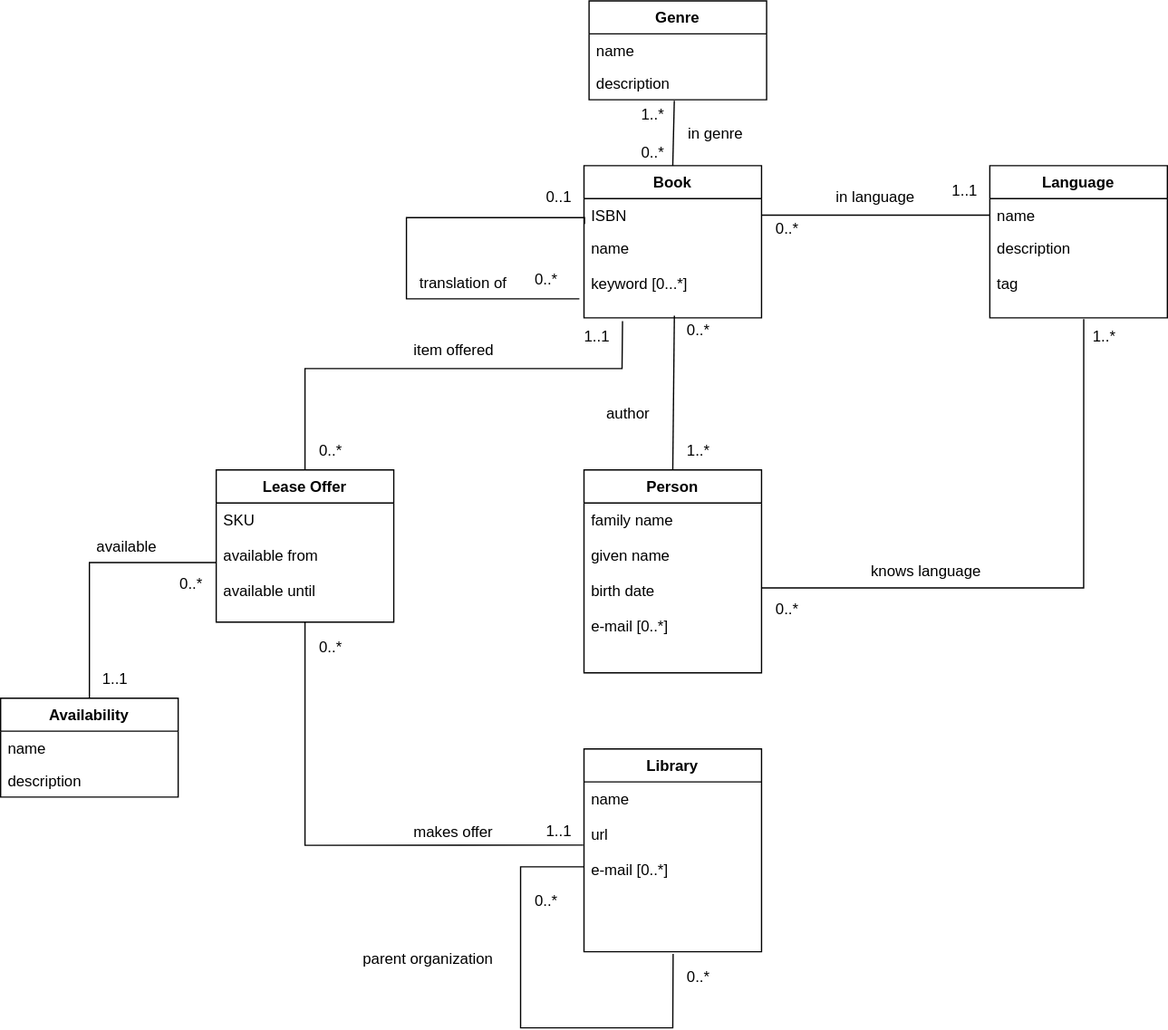
Earlier version of the draw.io export 1/domain.svg (Sykorajakku/NPRG036-T2G4). Source tidied: cells renumbered, new cells last; positions are measured from the earlier drawing's top-left corner, leaving out a move shared by most shapes.
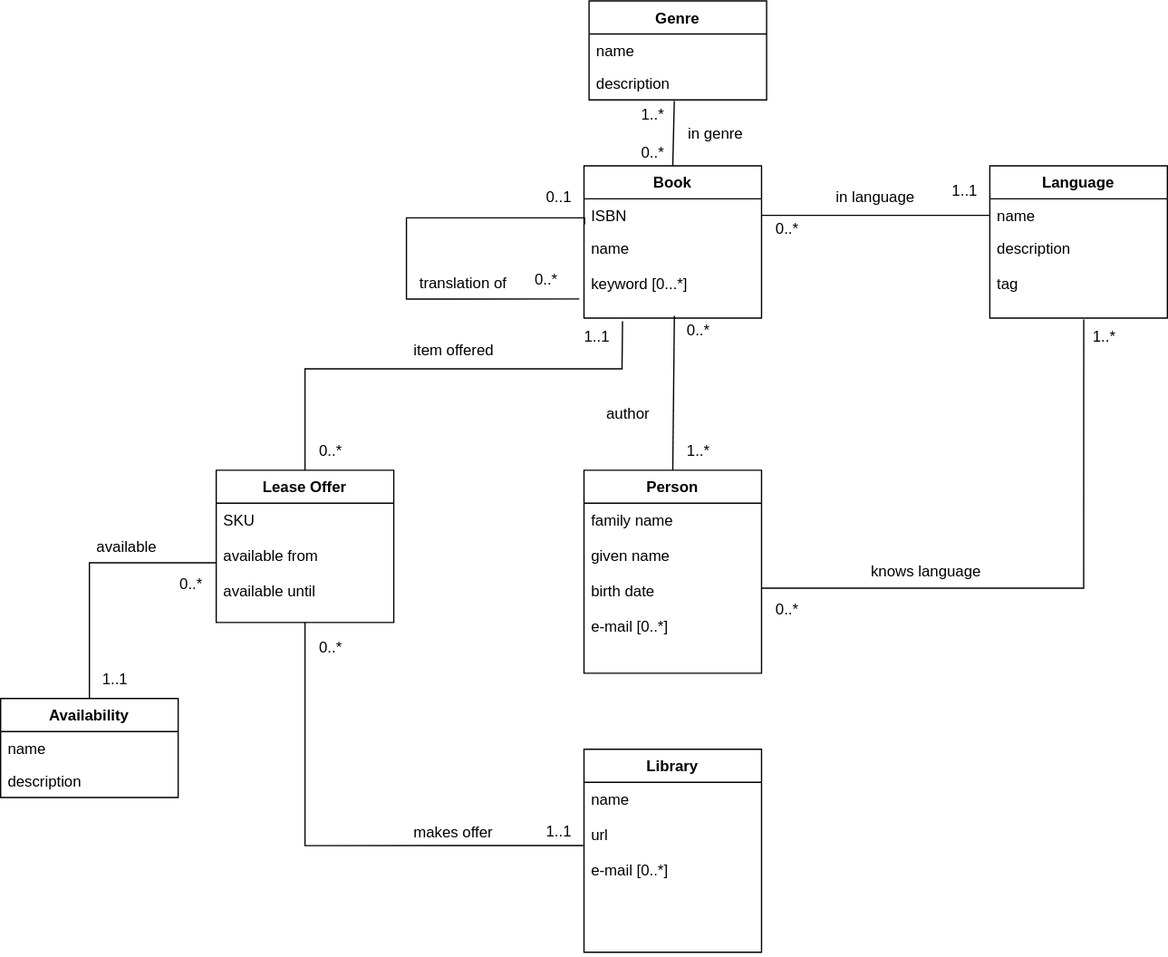
Above is the later version.

What changed in the source:
```diff
@@ -63,15 +63,6 @@
     <mxCell id="20" value="name&#10;&#10;url&#10;&#10;e-mail [0..*]&#10;" style="text;strokeColor=none;fillColor=none;align=left;verticalAlign=top;spacingLeft=4;spacingRight=4;overflow=hidden;points=[[0,0.5],[1,0.5]];portConstraint=eastwest;" parent="19" vertex="1">
       <mxGeometry y="26" width="140" height="134" as="geometry" />
     </mxCell>
-    <mxCell id="21" style="endArrow=none;html=1;rounded=0;entryX=0.502;entryY=1.012;entryDx=0;entryDy=0;entryPerimeter=0;exitX=0;exitY=0.5;exitDx=0;exitDy=0;" parent="19" edge="1" source="20" target="20">
-      <mxGeometry relative="1" as="geometry">
-        <Array as="points">
-          <mxPoint x="-50" y="93" />
-          <mxPoint x="-50" y="220" />
-          <mxPoint x="70" y="220" />
-        </Array>
-      </mxGeometry>
-    </mxCell>
     <mxCell id="22" value="Genre" style="swimlane;fontStyle=1;horizontal=1;startSize=26;fillColor=none;" parent="1" vertex="1">
       <mxGeometry x="464" width="140" height="78" as="geometry" />
     </mxCell>
@@ -107,9 +98,6 @@
     <mxCell id="29" style="endArrow=none;html=1;rounded=0;entryX=0.48;entryY=1.032;entryDx=0;entryDy=0;entryPerimeter=0;exitX=0.5;exitY=0;exitDx=0;exitDy=0;" parent="1" edge="1" source="2" target="24">
       <mxGeometry relative="1" as="geometry" />
     </mxCell>
-    <mxCell id="30" value="parent organization" style="text;strokeColor=none;fillColor=none;align=left;verticalAlign=middle;spacingLeft=4;spacingRight=4;overflow=hidden;" parent="1" vertex="1">
-      <mxGeometry x="280" y="740" width="120" height="30" as="geometry" />
-    </mxCell>
     <mxCell id="31" value="in genre" style="text;html=1;strokeColor=none;fillColor=none;align=center;verticalAlign=middle;whiteSpace=wrap;rounded=0;" parent="1" vertex="1">
       <mxGeometry x="534" y="90" width="60" height="30" as="geometry" />
     </mxCell>
@@ -149,12 +137,6 @@
     <mxCell id="43" value="0..*" style="text;html=1;align=center;verticalAlign=middle;strokeColor=none;fillColor=none;" parent="1" vertex="1">
       <mxGeometry x="240" y="340" width="40" height="30" as="geometry" />
     </mxCell>
-    <mxCell id="44" value="0..*" style="text;html=1;align=center;verticalAlign=middle;strokeColor=none;fillColor=none;" parent="1" vertex="1">
-      <mxGeometry x="530" y="755" width="40" height="30" as="geometry" />
-    </mxCell>
-    <mxCell id="45" value="0..*" style="text;html=1;align=center;verticalAlign=middle;strokeColor=none;fillColor=none;" parent="1" vertex="1">
-      <mxGeometry x="410" y="695" width="40" height="30" as="geometry" />
-    </mxCell>
     <mxCell id="46" value="0..1" style="text;html=1;align=center;verticalAlign=middle;points=[];strokeColor=none;fillColor=none;" parent="1" vertex="1">
       <mxGeometry x="420" y="140" width="40" height="30" as="geometry" />
     </mxCell>
```
